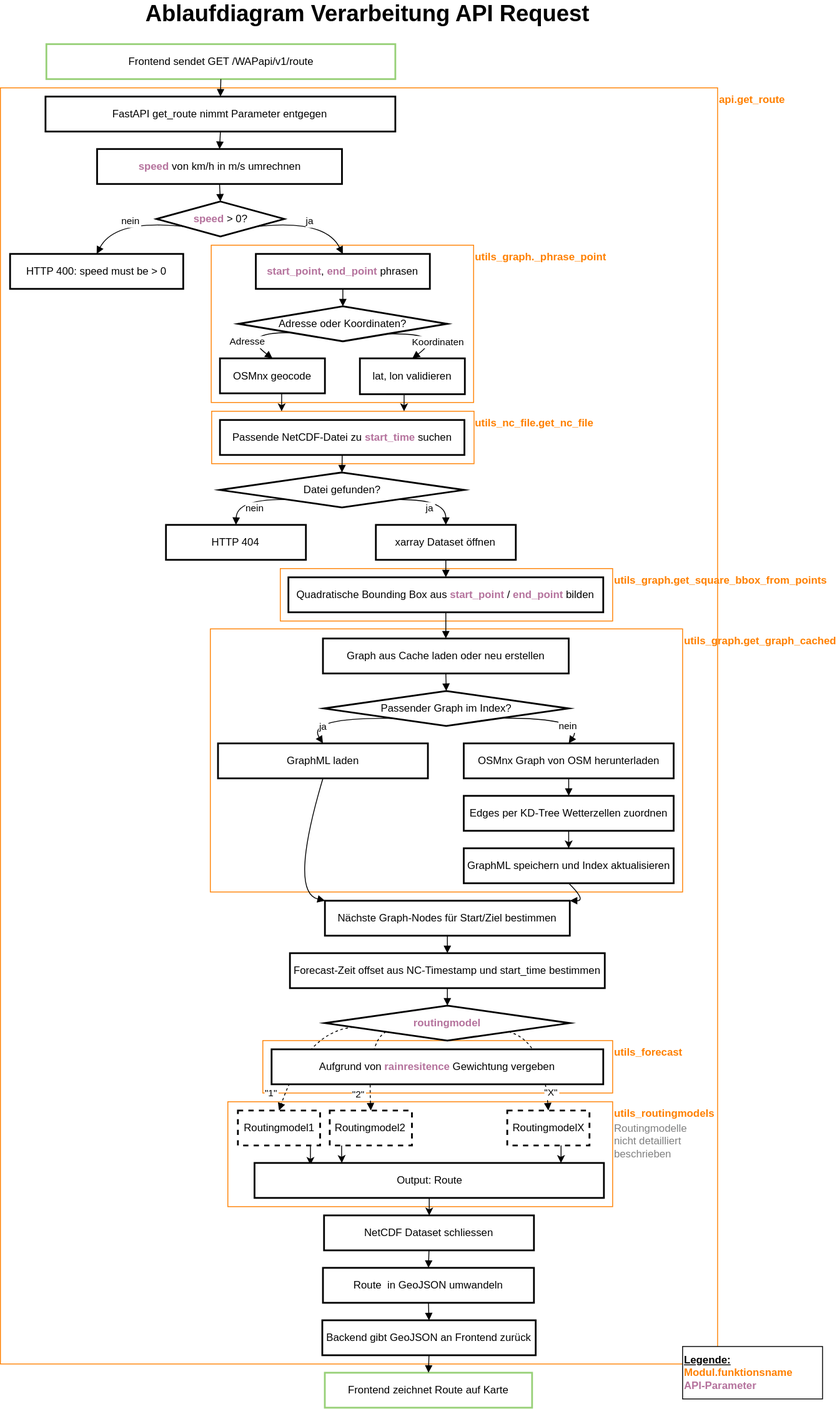
Before: docs/assets/Ablaufdiagramm_Verarbeitung_API.svg, a diagram exported from draw.io (VPGIS/WetterRoutingApp). Source tidied: cells renumbered, new cells last; positions are measured from the earlier drawing's top-left corner, leaving out a move shared by most shapes.
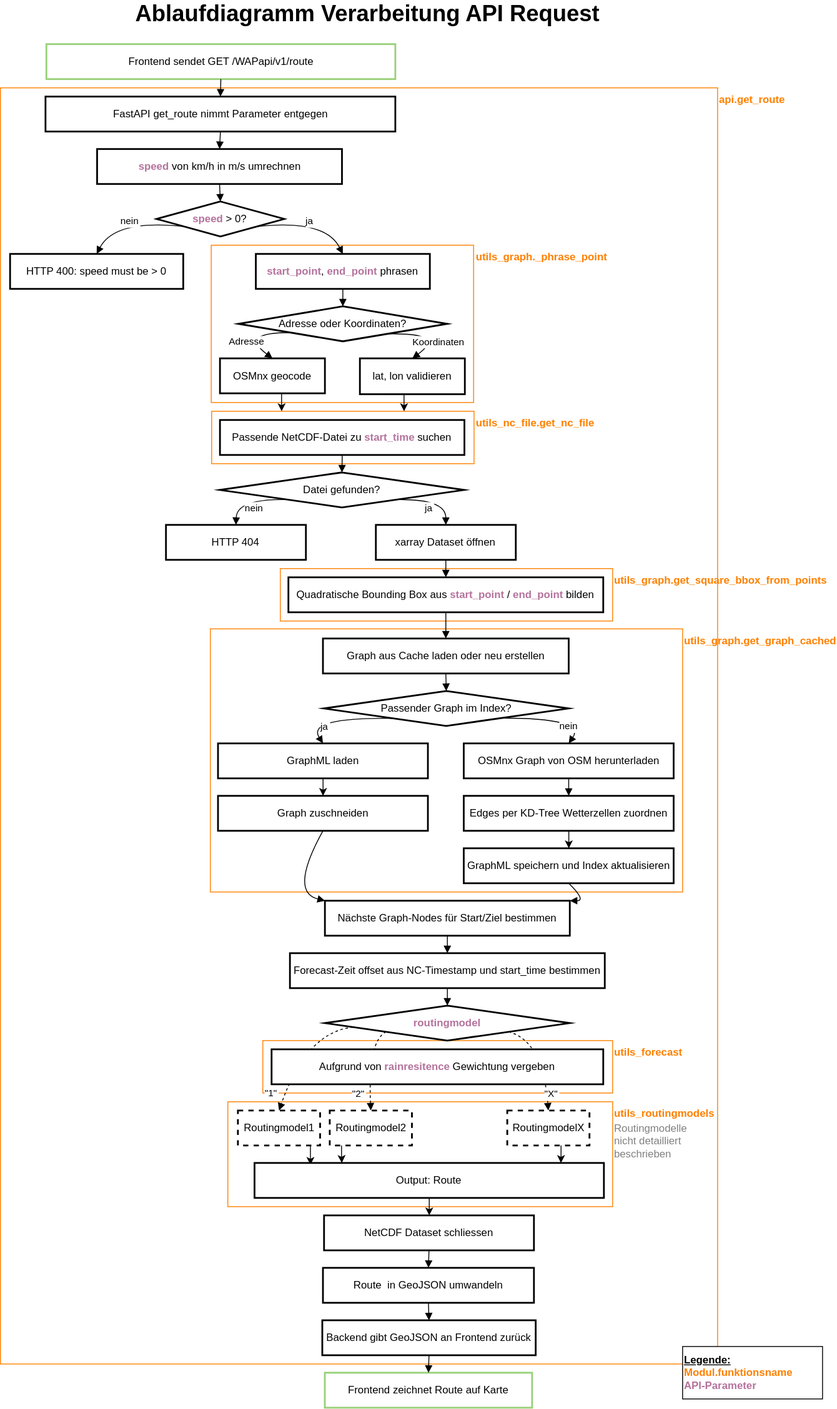
Later version of the same file.

Change to the diagram source:
```diff
@@ -68,6 +68,9 @@
     <mxCell id="23" value="Passender Graph im Index?" style="rhombus;strokeWidth=2;whiteSpace=wrap;" parent="1" vertex="1">
       <mxGeometry x="369.8" y="790" width="280" height="40" as="geometry" />
     </mxCell>
+    <mxCell id="85" style="edgeStyle=orthogonalEdgeStyle;rounded=0;jettySize=auto;html=1;" parent="1" edge="1" source="24" target="86">
+      <mxGeometry relative="1" as="geometry" />
+    </mxCell>
     <mxCell id="24" value="GraphML laden" style="whiteSpace=wrap;strokeWidth=2;" parent="1" vertex="1">
       <mxGeometry x="248.8" y="850" width="240" height="40" as="geometry" />
     </mxCell>
@@ -165,7 +168,7 @@
     <mxCell id="46" style="curved=1;startArrow=none;endArrow=block;exitX=0.5;exitY=1.01;entryX=0.5;entryY=-0.01;rounded=0;" parent="1" edge="1" source="25" target="27">
       <mxGeometry relative="1" as="geometry" />
     </mxCell>
-    <mxCell id="47" style="curved=1;startArrow=none;endArrow=block;exitX=0.5;exitY=1;entryX=0;entryY=0;rounded=0;entryDx=0;entryDy=0;" parent="1" edge="1" source="24" target="29">
+    <mxCell id="47" style="curved=1;startArrow=none;endArrow=block;exitX=0.5;exitY=1;entryX=0;entryY=0;rounded=0;entryDx=0;entryDy=0;exitDx=0;exitDy=0;" parent="1" edge="1" source="86" target="29">
       <mxGeometry relative="1" as="geometry">
         <Array as="points">
           <mxPoint x="330" y="1020" />
@@ -305,7 +308,7 @@
     <mxCell id="80" value="&lt;b&gt;&lt;u&gt;Legende:&lt;/u&gt;&lt;/b&gt;&lt;div&gt;&lt;div&gt;&lt;b&gt;&lt;font color=&quot;#ff8000&quot;&gt;Modul.funktionsname&lt;/font&gt;&lt;/b&gt;&lt;/div&gt;&lt;/div&gt;&lt;div&gt;&lt;font color=&quot;#b5739d&quot;&gt;&lt;b&gt;API-Parameter&lt;/b&gt;&lt;/font&gt;&lt;/div&gt;" style="rounded=0;whiteSpace=wrap;html=1;align=left;" parent="1" vertex="1">
       <mxGeometry x="780" y="1540" width="160" height="60" as="geometry" />
     </mxCell>
-    <mxCell id="81" value="&lt;font style=&quot;font-size: 26px;&quot;&gt;Ablaufdiagram Verarbeitung API Request&lt;/font&gt;" style="text;html=1;align=center;verticalAlign=middle;whiteSpace=wrap;rounded=0;fontStyle=1;" parent="1" vertex="1">
+    <mxCell id="81" value="&lt;font style=&quot;font-size: 26px;&quot;&gt;Ablaufdiagramm Verarbeitung API Request&lt;/font&gt;" style="text;html=1;align=center;verticalAlign=middle;whiteSpace=wrap;rounded=0;fontStyle=1;" parent="1" vertex="1">
       <mxGeometry width="840" height="30" as="geometry" />
     </mxCell>
     <mxCell id="82" value="&lt;font color=&quot;#808080&quot;&gt;Routingmodelle nicht detailliert beschrieben&lt;/font&gt;" style="text;html=1;align=left;verticalAlign=middle;whiteSpace=wrap;rounded=0;" parent="1" vertex="1">
@@ -317,5 +320,8 @@
     <mxCell id="84" value="&lt;font color=&quot;#ff8000&quot;&gt;&lt;b&gt;utils_forecast&lt;/b&gt;&lt;/font&gt;" style="text;html=1;align=left;verticalAlign=middle;whiteSpace=wrap;rounded=0;rotation=0;" parent="1" vertex="1">
       <mxGeometry x="700" y="1190" width="110" height="28.5" as="geometry" />
     </mxCell>
+    <mxCell id="86" value="Graph zuschneiden" style="whiteSpace=wrap;strokeWidth=2;" parent="1" vertex="1">
+      <mxGeometry x="248.8" y="910" width="240" height="40" as="geometry" />
+    </mxCell>
   </root>
 </mxGraphModel>
```
